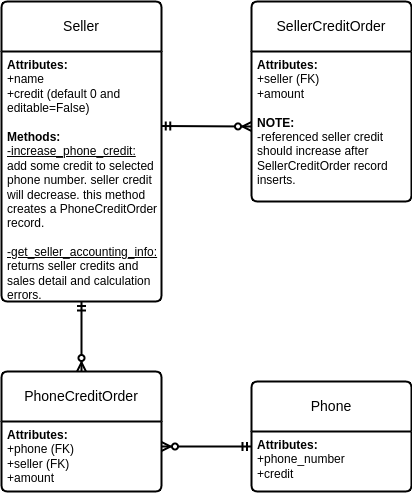
kiarashfz/sell_mobile_credit keeps this draw.io diagram as sell_mobile_credit_ERD.drawio.png. Above is the earlier version. Source tidied: cells renumbered, new cells last; positions are measured from the earlier drawing's top-left corner, leaving out a move shared by most shapes.
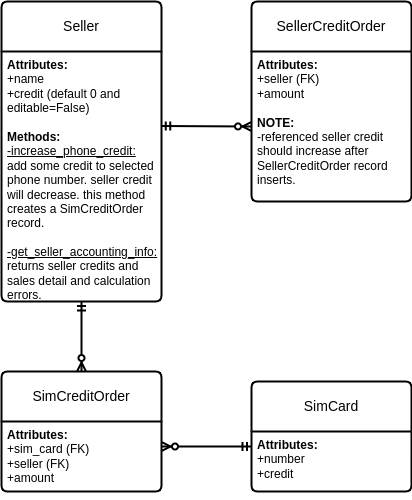
Above is the later version.

Commit message:
Phone entity name changed to simcard

The edit, as a diff of the source:
```diff
@@ -5,7 +5,7 @@
     <mxCell id="2" value="Seller" style="swimlane;horizontal=1;startSize=50;rounded=1;fontSize=14;fontStyle=0;strokeWidth=2;shadow=0;dashed=0;align=center;arcSize=4;whiteSpace=wrap;html=1;" parent="1" vertex="1">
       <mxGeometry width="160" height="300" as="geometry" />
     </mxCell>
-    <mxCell id="3" value="&lt;b&gt;Attributes:&lt;br&gt;&lt;/b&gt;+name&lt;br&gt;+credit (default 0 and &lt;br&gt;editable=False)&lt;br&gt;&lt;br&gt;&lt;b&gt;Methods:&lt;/b&gt;&lt;br&gt;&lt;u&gt;-increase_phone_credit:&lt;br&gt;&lt;/u&gt;add some credit to selected&lt;br&gt;phone number. seller credit&lt;br&gt;will decrease. this method&amp;nbsp;&lt;br&gt;creates a&amp;nbsp;PhoneCreditOrder&lt;br&gt;record.&lt;br&gt;&lt;br&gt;&lt;u&gt;-get_seller_accounting_info:&lt;br&gt;&lt;/u&gt;returns seller credits and&amp;nbsp;&lt;br&gt;sales detail and calculation&lt;br&gt;errors." style="align=left;strokeColor=none;fillColor=none;spacingLeft=4;fontSize=12;verticalAlign=top;html=1;" parent="2" vertex="1">
+    <mxCell id="3" value="&lt;b&gt;Attributes:&lt;br&gt;&lt;/b&gt;+name&lt;br&gt;+credit (default 0 and &lt;br&gt;editable=False)&lt;br&gt;&lt;br&gt;&lt;b&gt;Methods:&lt;/b&gt;&lt;br&gt;&lt;u&gt;-increase_phone_credit:&lt;br&gt;&lt;/u&gt;add some credit to selected&lt;br&gt;phone number. seller credit&lt;br&gt;will decrease. this method&amp;nbsp;&lt;br&gt;creates a&amp;nbsp;SimCreditOrder&lt;br&gt;record.&lt;br&gt;&lt;br&gt;&lt;u&gt;-get_seller_accounting_info:&lt;br&gt;&lt;/u&gt;returns seller credits and&amp;nbsp;&lt;br&gt;sales detail and calculation&lt;br&gt;errors." style="align=left;strokeColor=none;fillColor=none;spacingLeft=4;fontSize=12;verticalAlign=top;html=1;" parent="2" vertex="1">
       <mxGeometry y="50" width="160" height="250" as="geometry" />
     </mxCell>
     <mxCell id="4" value="SellerCreditOrder" style="swimlane;horizontal=1;startSize=50;rounded=1;fontSize=14;fontStyle=0;strokeWidth=2;shadow=0;dashed=0;align=center;arcSize=4;whiteSpace=wrap;html=1;" parent="1" vertex="1">
@@ -14,19 +14,19 @@
     <mxCell id="5" value="&lt;b style=&quot;border-color: var(--border-color);&quot;&gt;Attributes:&lt;br style=&quot;border-color: var(--border-color);&quot;&gt;&lt;/b&gt;+seller (FK)&lt;br&gt;+amount&lt;br&gt;&lt;br&gt;&lt;b&gt;NOTE:&lt;br&gt;&lt;/b&gt;-referenced seller credit&amp;nbsp;&lt;br&gt;should increase after&lt;br&gt;SellerCreditOrder record &lt;br&gt;inserts." style="align=left;strokeColor=none;fillColor=none;spacingLeft=4;fontSize=12;verticalAlign=top;html=1;" parent="4" vertex="1">
       <mxGeometry y="50" width="160" height="150" as="geometry" />
     </mxCell>
-    <mxCell id="6" value="Phone" style="swimlane;horizontal=1;startSize=50;rounded=1;fontSize=14;fontStyle=0;strokeWidth=2;shadow=0;dashed=0;align=center;arcSize=4;whiteSpace=wrap;html=1;" parent="1" vertex="1">
+    <mxCell id="6" value="SimCard" style="swimlane;horizontal=1;startSize=50;rounded=1;fontSize=14;fontStyle=0;strokeWidth=2;shadow=0;dashed=0;align=center;arcSize=4;whiteSpace=wrap;html=1;" parent="1" vertex="1">
       <mxGeometry x="250" y="380" width="160" height="110" as="geometry" />
     </mxCell>
-    <mxCell id="7" value="&lt;b style=&quot;border-color: var(--border-color);&quot;&gt;Attributes:&lt;br style=&quot;border-color: var(--border-color);&quot;&gt;&lt;/b&gt;+phone_number&lt;br&gt;+credit" style="align=left;strokeColor=none;fillColor=none;spacingLeft=4;fontSize=12;verticalAlign=top;html=1;" parent="6" vertex="1">
+    <mxCell id="7" value="&lt;b style=&quot;border-color: var(--border-color);&quot;&gt;Attributes:&lt;br style=&quot;border-color: var(--border-color);&quot;&gt;&lt;/b&gt;+number&lt;br&gt;+credit" style="align=left;strokeColor=none;fillColor=none;spacingLeft=4;fontSize=12;verticalAlign=top;html=1;" parent="6" vertex="1">
       <mxGeometry y="50" width="160" height="60" as="geometry" />
     </mxCell>
     <mxCell id="8" style="edgeStyle=orthogonalEdgeStyle;rounded=0;orthogonalLoop=1;jettySize=auto;html=1;exitX=0.5;exitY=1;exitDx=0;exitDy=0;" parent="6" edge="1" source="7" target="7">
       <mxGeometry relative="1" as="geometry" />
     </mxCell>
-    <mxCell id="9" value="PhoneCreditOrder" style="swimlane;horizontal=1;startSize=50;rounded=1;fontSize=14;fontStyle=0;strokeWidth=2;shadow=0;dashed=0;align=center;arcSize=4;whiteSpace=wrap;html=1;" parent="1" vertex="1">
+    <mxCell id="9" value="SimCreditOrder" style="swimlane;horizontal=1;startSize=50;rounded=1;fontSize=14;fontStyle=0;strokeWidth=2;shadow=0;dashed=0;align=center;arcSize=4;whiteSpace=wrap;html=1;" parent="1" vertex="1">
       <mxGeometry y="370" width="160" height="120" as="geometry" />
     </mxCell>
-    <mxCell id="10" value="&lt;b style=&quot;border-color: var(--border-color);&quot;&gt;Attributes:&lt;br style=&quot;border-color: var(--border-color);&quot;&gt;&lt;/b&gt;+phone (FK)&lt;br&gt;+seller (FK)&lt;br&gt;+amount" style="align=left;strokeColor=none;fillColor=none;spacingLeft=4;fontSize=12;verticalAlign=top;html=1;" parent="9" vertex="1">
+    <mxCell id="10" value="&lt;b style=&quot;border-color: var(--border-color);&quot;&gt;Attributes:&lt;br style=&quot;border-color: var(--border-color);&quot;&gt;&lt;/b&gt;+sim_card (FK)&lt;br&gt;+seller (FK)&lt;br&gt;+amount" style="align=left;strokeColor=none;fillColor=none;spacingLeft=4;fontSize=12;verticalAlign=top;html=1;" parent="9" vertex="1">
       <mxGeometry y="50" width="160" height="70" as="geometry" />
     </mxCell>
     <mxCell id="11" style="fontSize=12;html=1;endArrow=ERzeroToMany;startArrow=ERmandOne;rounded=0;entryX=0;entryY=0.5;entryDx=0;entryDy=0;strokeWidth=2;exitX=0.998;exitY=0.298;exitDx=0;exitDy=0;exitPerimeter=0;" parent="1" edge="1" source="3" target="5">
```
